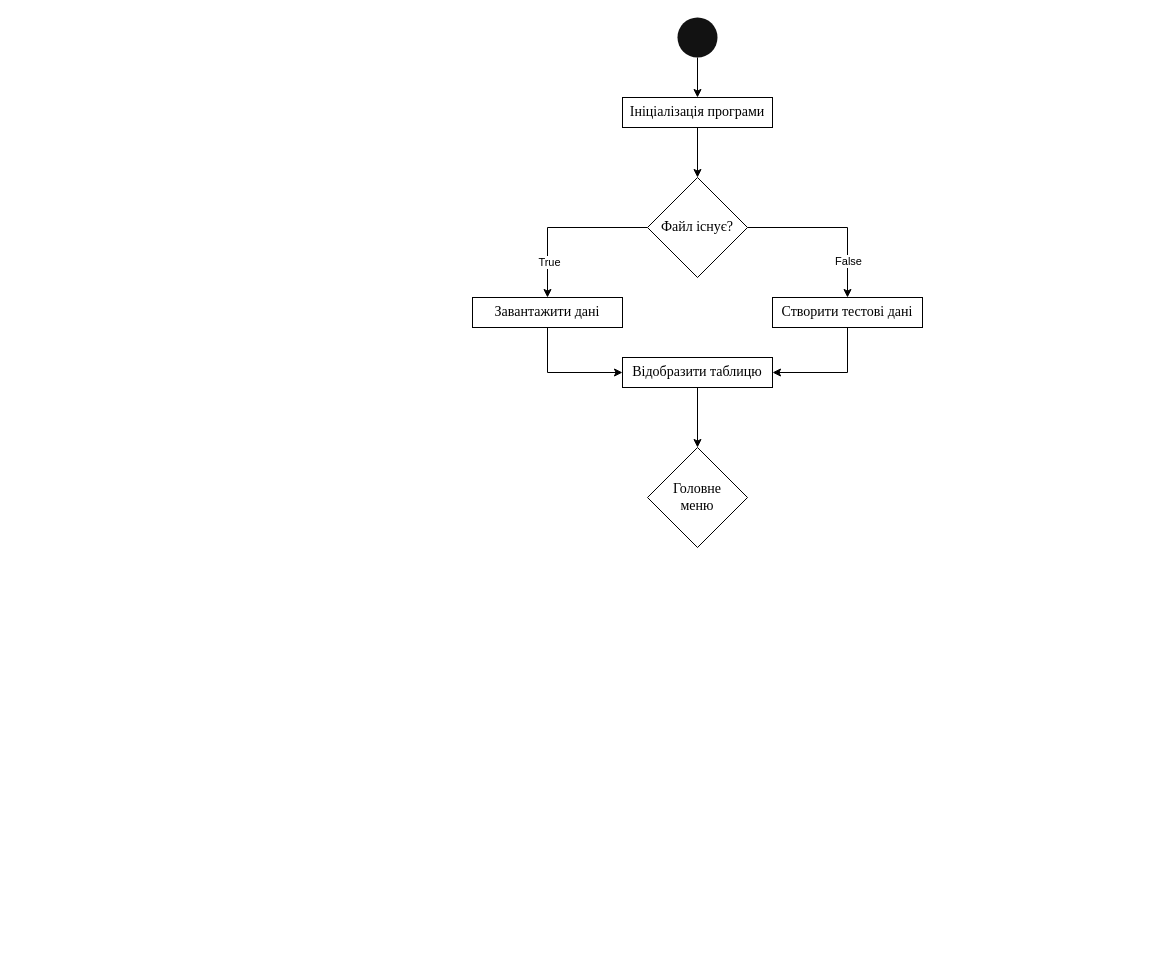
HikiIN/mobile-inventory keeps this draw.io diagram as page "activity-diagram" (2 of 2) of usage-chart.drawio. Above is the earlier version. Source tidied: cells renumbered, new cells numbered last; positions are measured from the earlier drawing's top-left corner, leaving out a move shared by most shapes. Both pictures are drawn from the tidied source at 100%, with x=0, y=0 at pixel (472, 17).
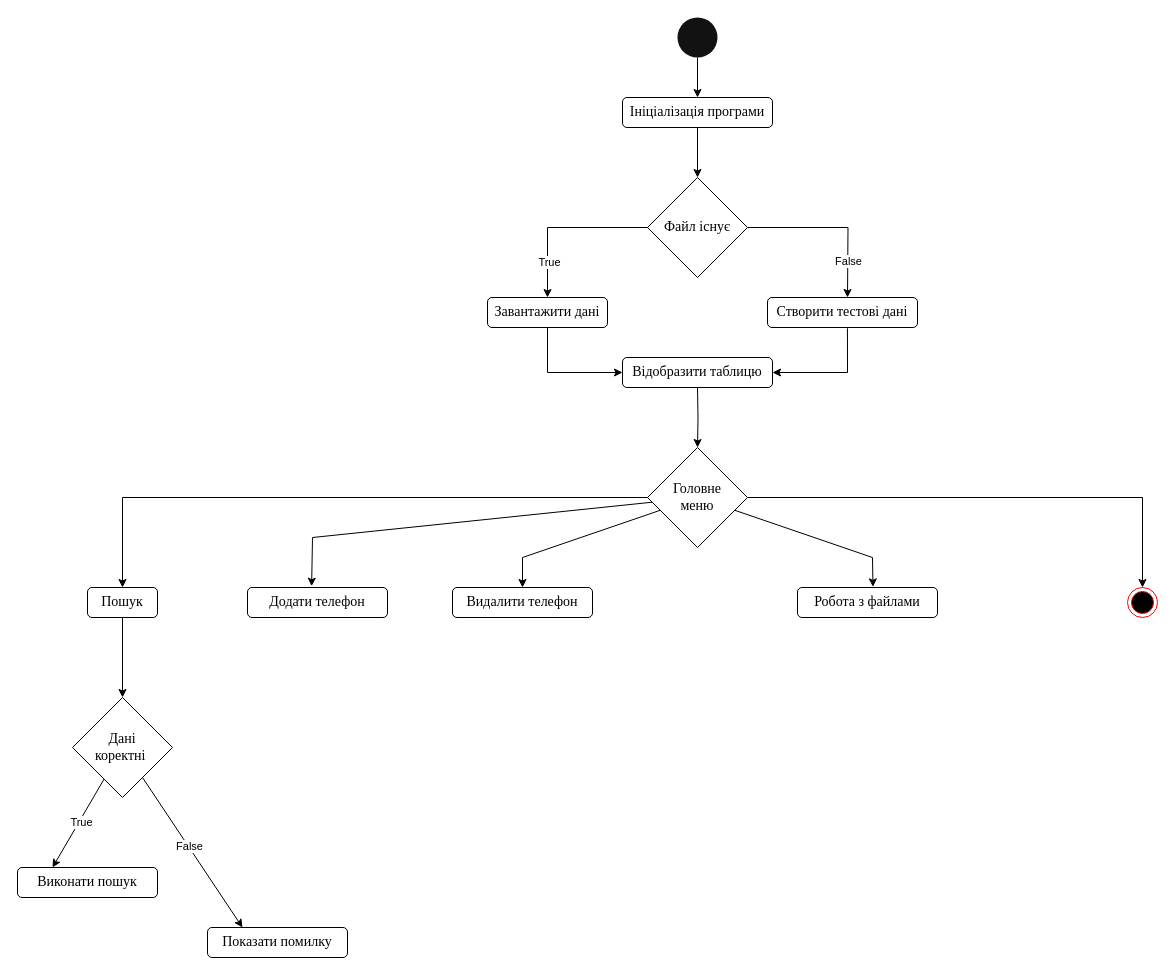
After the change.

Unchanged cells that the change refers to:
```xml
<mxCell id="3" style="ellipse;whiteSpace=wrap;html=1;strokeColor=none;fillColor=#121212;" parent="1" vertex="1">
  <mxGeometry x="205" width="40" height="40" as="geometry" />
</mxCell>
```

What changed in the source:
```diff
@@
-    <mxCell id="2" style="edgeStyle=orthogonalEdgeStyle;rounded=0;jettySize=auto;html=1;" parent="1" edge="1" source="3" target="5">
+    <mxCell id="2" style="edgeStyle=orthogonalEdgeStyle;rounded=0;jettySize=auto;html=1;entryX=0.5;entryY=0;entryDx=0;entryDy=0;" parent="1" edge="1" source="3" target="5">
       <mxGeometry relative="1" as="geometry" />
     </mxCell>
@@
-    <mxCell id="4" style="edgeStyle=orthogonalEdgeStyle;rounded=0;jettySize=auto;html=1;" parent="1" edge="1" source="5" target="10">
-      <mxGeometry relative="1" as="geometry" />
-    </mxCell>
-    <mxCell id="5" value="&lt;font face=&quot;Times New Roman&quot; style=&quot;font-size: 14px;&quot;&gt;Ініціалізація програми&lt;/font&gt;" style="rounded=0;whiteSpace=wrap;html=1;" parent="1" vertex="1">
-      <mxGeometry x="150" y="80" width="150" height="30" as="geometry" />
-    </mxCell>
@@
-    <mxCell id="8" style="edgeStyle=orthogonalEdgeStyle;rounded=0;jettySize=auto;html=1;entryX=0.5;entryY=0;entryDx=0;entryDy=0;" parent="1" edge="1" source="10" target="14">
-      <mxGeometry relative="1" as="geometry" />
+    <mxCell id="8" style="edgeStyle=orthogonalEdgeStyle;rounded=0;jettySize=auto;html=1;entryX=0.5;entryY=0;entryDx=0;entryDy=0;" parent="1" edge="1" source="10">
+      <mxGeometry relative="1" as="geometry">
+        <mxPoint x="375" y="280" as="targetPoint" />
+      </mxGeometry>
     </mxCell>
@@
-    <mxCell id="10" value="&lt;font face=&quot;Times New Roman&quot; style=&quot;font-size: 14px;&quot;&gt;Файл існує?&lt;/font&gt;" style="rhombus;whiteSpace=wrap;html=1;" parent="1" vertex="1">
+    <mxCell id="10" value="&lt;font face=&quot;Times New Roman&quot; style=&quot;font-size: 14px;&quot;&gt;Файл існує&lt;/font&gt;" style="rhombus;whiteSpace=wrap;html=1;" parent="1" vertex="1">
       <mxGeometry x="175" y="160" width="100" height="100" as="geometry" />
     </mxCell>
-    <mxCell id="11" style="edgeStyle=orthogonalEdgeStyle;rounded=0;jettySize=auto;html=1;entryX=0;entryY=0.5;entryDx=0;entryDy=0;" parent="1" edge="1" source="12" target="16">
+    <mxCell id="11" style="edgeStyle=orthogonalEdgeStyle;rounded=0;jettySize=auto;html=1;entryX=0;entryY=0.5;entryDx=0;entryDy=0;exitX=0.5;exitY=1;exitDx=0;exitDy=0;" parent="1" edge="1" source="12" target="16">
       <mxGeometry relative="1" as="geometry" />
     </mxCell>
+    <mxCell id="13" style="edgeStyle=orthogonalEdgeStyle;rounded=0;jettySize=auto;html=1;entryX=1;entryY=0.5;entryDx=0;entryDy=0;exitX=0.533;exitY=1.025;exitDx=0;exitDy=0;exitPerimeter=0;" parent="1" edge="1" source="14" target="16">
+      <mxGeometry relative="1" as="geometry" />
+    </mxCell>
+    <mxCell id="15" style="edgeStyle=orthogonalEdgeStyle;rounded=0;jettySize=auto;html=1;entryX=0.5;entryY=0;entryDx=0;entryDy=0;" parent="1" edge="1" target="17">
+      <mxGeometry relative="1" as="geometry">
+        <mxPoint x="225" y="370" as="sourcePoint" />
+      </mxGeometry>
+    </mxCell>
+    <mxCell id="18" style="edgeStyle=orthogonalEdgeStyle;rounded=0;jettySize=auto;html=1;entryX=0.5;entryY=0;entryDx=0;entryDy=0;" parent="1" edge="1" source="17" target="33">
+      <mxGeometry relative="1" as="geometry" />
+    </mxCell>
+    <mxCell id="19" style="rounded=0;jettySize=auto;html=1;entryX=0.458;entryY=-0.044;entryDx=0;entryDy=0;entryPerimeter=0;" parent="1" edge="1" source="17" target="31">
+      <mxGeometry relative="1" as="geometry">
+        <Array as="points">
+          <mxPoint x="-160" y="520" />
+        </Array>
+      </mxGeometry>
+    </mxCell>
+    <mxCell id="20" style="rounded=0;jettySize=auto;html=1;entryX=0.5;entryY=0;entryDx=0;entryDy=0;" parent="1" edge="1" source="17" target="29">
+      <mxGeometry relative="1" as="geometry">
+        <Array as="points">
+          <mxPoint x="50" y="540" />
+        </Array>
+      </mxGeometry>
+    </mxCell>
+    <mxCell id="21" style="rounded=0;jettySize=auto;html=1;entryX=0.539;entryY=-0.021;entryDx=0;entryDy=0;entryPerimeter=0;" parent="1" edge="1" source="17" target="30">
+      <mxGeometry relative="1" as="geometry">
+        <Array as="points">
+          <mxPoint x="400" y="540" />
+        </Array>
+      </mxGeometry>
+    </mxCell>
+    <mxCell id="22" style="edgeStyle=orthogonalEdgeStyle;rounded=0;jettySize=auto;html=1;entryX=0.5;entryY=0;entryDx=0;entryDy=0;" parent="1" edge="1" source="17" target="23">
+      <mxGeometry relative="1" as="geometry" />
+    </mxCell>
+    <mxCell id="17" value="&lt;font face=&quot;Times New Roman&quot; style=&quot;font-size: 14px;&quot;&gt;Головне&lt;/font&gt;&lt;div&gt;&lt;font face=&quot;Times New Roman&quot; style=&quot;font-size: 14px;&quot;&gt;меню&lt;/font&gt;&lt;/div&gt;" style="rhombus;whiteSpace=wrap;html=1;" parent="1" vertex="1">
+      <mxGeometry x="175" y="430" width="100" height="100" as="geometry" />
+    </mxCell>
+    <mxCell id="23" style="ellipse;html=1;shape=endState;fillColor=#000000;strokeColor=light-dark(#FF0000,#FFF7F7);" parent="1" vertex="1">
+      <mxGeometry x="655" y="570" width="30" height="30" as="geometry" />
+    </mxCell>
+    <mxCell id="24" style="rounded=0;jettySize=auto;html=1;entryX=0.25;entryY=0;entryDx=0;entryDy=0;" parent="1" edge="1" source="28" target="34">
+      <mxGeometry relative="1" as="geometry" />
+    </mxCell>
+    <mxCell id="25" value="True" style="edgeLabel;html=1;align=center;verticalAlign=middle;" parent="24" vertex="1">
+      <mxGeometry x="-0.05" y="2" relative="1" as="geometry" />
+    </mxCell>
+    <mxCell id="26" style="rounded=0;jettySize=auto;html=1;entryX=0.25;entryY=0;entryDx=0;entryDy=0;" parent="1" edge="1" source="28" target="35">
+      <mxGeometry relative="1" as="geometry" />
+    </mxCell>
+    <mxCell id="27" value="False" style="edgeLabel;html=1;align=center;verticalAlign=middle;" parent="26" vertex="1">
+      <mxGeometry x="-0.08" y="1" relative="1" as="geometry" />
+    </mxCell>
+    <mxCell id="28" value="&lt;font face=&quot;Times New Roman&quot;&gt;&lt;span style=&quot;font-size: 14px;&quot;&gt;Дані&lt;/span&gt;&lt;/font&gt;&lt;div&gt;&lt;font face=&quot;Times New Roman&quot;&gt;&lt;span style=&quot;font-size: 14px;&quot;&gt;коректні&amp;nbsp;&lt;/span&gt;&lt;/font&gt;&lt;/div&gt;" style="rhombus;whiteSpace=wrap;html=1;" parent="1" vertex="1">
+      <mxGeometry x="-400" y="680" width="100" height="100" as="geometry" />
+    </mxCell>
-    <mxCell id="12" value="&lt;font face=&quot;Times New Roman&quot; style=&quot;font-size: 14px;&quot;&gt;Завантажити дані&lt;/font&gt;" style="rounded=0;whiteSpace=wrap;html=1;" parent="1" vertex="1">
-      <mxGeometry y="280" width="150" height="30" as="geometry" />
+    <mxCell id="12" value="&lt;span style=&quot;font-family: &amp;quot;Times New Roman&amp;quot;; font-size: 14px;&quot;&gt;Завантажити дані&lt;/span&gt;" style="rounded=1;whiteSpace=wrap;html=1;" parent="1" vertex="1">
+      <mxGeometry x="15" y="280" width="120" height="30" as="geometry" />
     </mxCell>
-    <mxCell id="13" style="edgeStyle=orthogonalEdgeStyle;rounded=0;jettySize=auto;html=1;entryX=1;entryY=0.5;entryDx=0;entryDy=0;" parent="1" edge="1" source="14" target="16">
-      <mxGeometry relative="1" as="geometry" />
-    </mxCell>
+    <mxCell id="4" style="edgeStyle=orthogonalEdgeStyle;rounded=0;jettySize=auto;html=1;exitX=0.5;exitY=1;exitDx=0;exitDy=0;" parent="1" edge="1" source="5" target="10">
+      <mxGeometry relative="1" as="geometry" />
+    </mxCell>
+    <mxCell id="5" value="&lt;span style=&quot;font-family: &amp;quot;Times New Roman&amp;quot;; font-size: 14px;&quot;&gt;Ініціалізація програми&lt;/span&gt;" style="rounded=1;whiteSpace=wrap;html=1;" parent="1" vertex="1">
+      <mxGeometry x="150" y="80" width="150" height="30" as="geometry" />
+    </mxCell>
-    <mxCell id="14" value="&lt;font face=&quot;Times New Roman&quot; style=&quot;font-size: 14px;&quot;&gt;Створити тестові дані&lt;/font&gt;" style="rounded=0;whiteSpace=wrap;html=1;" parent="1" vertex="1">
-      <mxGeometry x="300" y="280" width="150" height="30" as="geometry" />
+    <mxCell id="14" value="&lt;span style=&quot;font-family: &amp;quot;Times New Roman&amp;quot;; font-size: 14px;&quot;&gt;Створити тестові дані&lt;/span&gt;" style="rounded=1;whiteSpace=wrap;html=1;" parent="1" vertex="1">
+      <mxGeometry x="295" y="280" width="150" height="30" as="geometry" />
     </mxCell>
-    <mxCell id="15" style="edgeStyle=orthogonalEdgeStyle;rounded=0;jettySize=auto;html=1;entryX=0.5;entryY=0;entryDx=0;entryDy=0;" parent="1" edge="1" source="16" target="17">
-      <mxGeometry relative="1" as="geometry" />
-    </mxCell>
-    <mxCell id="16" value="&lt;font face=&quot;Times New Roman&quot; style=&quot;font-size: 14px;&quot;&gt;Відобразити таблицю&lt;/font&gt;" style="rounded=0;whiteSpace=wrap;html=1;" parent="1" vertex="1">
+    <mxCell id="16" value="&lt;span style=&quot;font-family: &amp;quot;Times New Roman&amp;quot;; font-size: 14px;&quot;&gt;Відобразити таблицю&lt;/span&gt;" style="rounded=1;whiteSpace=wrap;html=1;" parent="1" vertex="1">
       <mxGeometry x="150" y="340" width="150" height="30" as="geometry" />
     </mxCell>
-    <mxCell id="17" value="&lt;font face=&quot;Times New Roman&quot; style=&quot;font-size: 14px;&quot;&gt;Головне&lt;/font&gt;&lt;div&gt;&lt;font face=&quot;Times New Roman&quot; style=&quot;font-size: 14px;&quot;&gt;меню&lt;/font&gt;&lt;/div&gt;" style="rhombus;whiteSpace=wrap;html=1;" parent="1" vertex="1">
-      <mxGeometry x="175" y="430" width="100" height="100" as="geometry" />
-    </mxCell>
+    <mxCell id="29" value="&lt;span style=&quot;font-family: &amp;quot;Times New Roman&amp;quot;; font-size: 14px;&quot;&gt;Видалити телефон&lt;/span&gt;" style="rounded=1;whiteSpace=wrap;html=1;" parent="1" vertex="1">
+      <mxGeometry x="-20" y="570" width="140" height="30" as="geometry" />
+    </mxCell>
+    <mxCell id="30" value="&lt;span style=&quot;font-family: &amp;quot;Times New Roman&amp;quot;; font-size: 14px;&quot;&gt;Робота з файлами&lt;/span&gt;" style="rounded=1;whiteSpace=wrap;html=1;" parent="1" vertex="1">
+      <mxGeometry x="325" y="570" width="140" height="30" as="geometry" />
+    </mxCell>
+    <mxCell id="31" value="&lt;span style=&quot;font-family: &amp;quot;Times New Roman&amp;quot;; font-size: 14px;&quot;&gt;Додати телефон&lt;/span&gt;" style="rounded=1;whiteSpace=wrap;html=1;" parent="1" vertex="1">
+      <mxGeometry x="-225" y="570" width="140" height="30" as="geometry" />
+    </mxCell>
+    <mxCell id="32" style="edgeStyle=orthogonalEdgeStyle;rounded=0;jettySize=auto;html=1;entryX=0.5;entryY=0;entryDx=0;entryDy=0;" parent="1" edge="1" source="33" target="28">
+      <mxGeometry relative="1" as="geometry" />
+    </mxCell>
+    <mxCell id="33" value="&lt;span style=&quot;font-family: &amp;quot;Times New Roman&amp;quot;; font-size: 14px;&quot;&gt;Пошук&lt;/span&gt;" style="rounded=1;whiteSpace=wrap;html=1;" parent="1" vertex="1">
+      <mxGeometry x="-385" y="570" width="70" height="30" as="geometry" />
+    </mxCell>
+    <mxCell id="34" value="&lt;span style=&quot;font-family: &amp;quot;Times New Roman&amp;quot;; font-size: 14px;&quot;&gt;Виконати пошук&lt;/span&gt;" style="rounded=1;whiteSpace=wrap;html=1;" parent="1" vertex="1">
+      <mxGeometry x="-455" y="850" width="140" height="30" as="geometry" />
+    </mxCell>
+    <mxCell id="35" value="&lt;span style=&quot;font-family: &amp;quot;Times New Roman&amp;quot;; font-size: 14px;&quot;&gt;Показати помилку&lt;/span&gt;" style="rounded=1;whiteSpace=wrap;html=1;" parent="1" vertex="1">
+      <mxGeometry x="-265" y="910" width="140" height="30" as="geometry" />
+    </mxCell>
```
